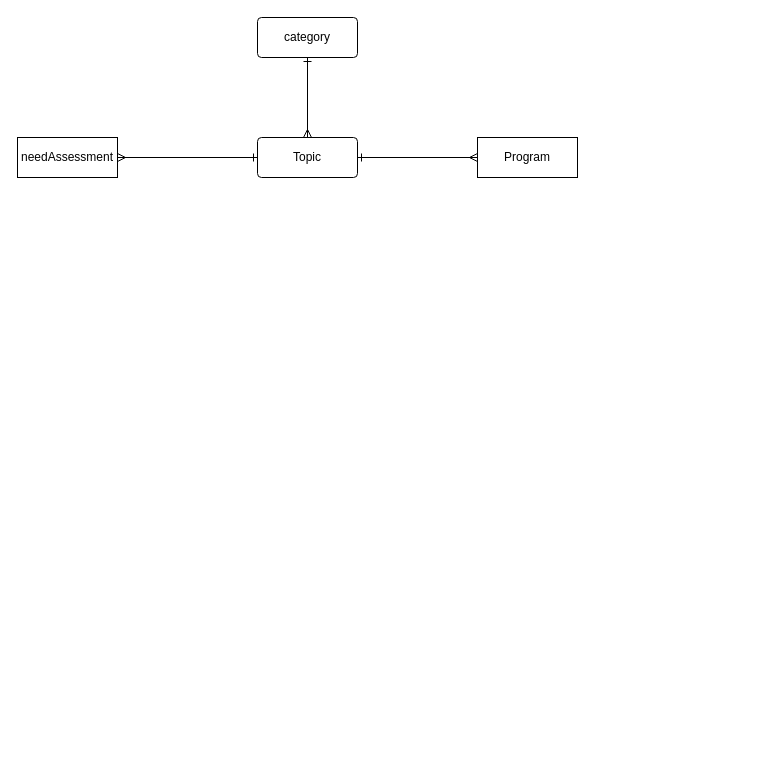
SeSartaj/task_aveta keeps this draw.io diagram as programs.drawio. Above is the earlier version. Source tidied: cells renumbered, new cells numbered last; positions are measured from the earlier drawing's top-left corner, leaving out a move shared by most shapes. Both pictures are drawn from the tidied source at 100%, with x=0, y=0 at pixel (17, 17).
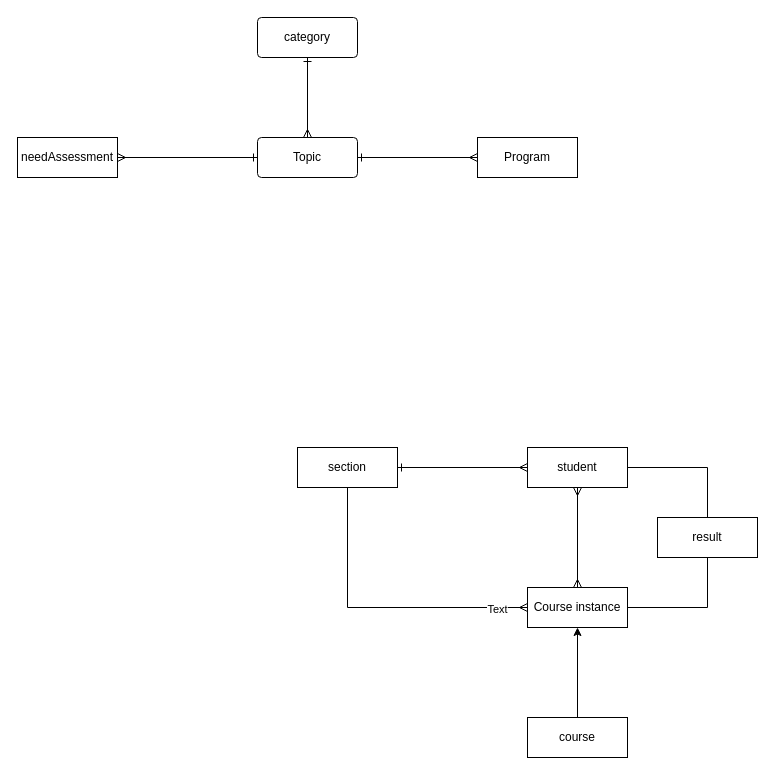
Above is the later version.

Change to the diagram source:
```diff
@@
+    <mxCell id="9" value="section" style="whiteSpace=wrap;html=1;align=center;" parent="1" vertex="1">
+      <mxGeometry x="280" y="430" width="100" height="40" as="geometry" />
+    </mxCell>
+    <mxCell id="10" value="result" style="whiteSpace=wrap;html=1;align=center;" parent="1" vertex="1">
+      <mxGeometry x="640" y="500" width="100" height="40" as="geometry" />
+    </mxCell>
+    <mxCell id="11" value="Course instance" style="whiteSpace=wrap;html=1;align=center;" parent="1" vertex="1">
+      <mxGeometry x="510" y="570" width="100" height="40" as="geometry" />
+    </mxCell>
+    <mxCell id="12" style="edgeStyle=orthogonalEdgeStyle;rounded=0;jettySize=auto;html=1;endArrow=ERone;endFill=0;startArrow=ERmany;startFill=0;" parent="1" edge="1" source="14" target="9">
+      <mxGeometry relative="1" as="geometry" />
+    </mxCell>
+    <mxCell id="13" style="edgeStyle=orthogonalEdgeStyle;rounded=0;jettySize=auto;html=1;endArrow=ERmany;endFill=0;startArrow=ERmany;startFill=0;" parent="1" edge="1" source="14" target="11">
+      <mxGeometry relative="1" as="geometry" />
+    </mxCell>
+    <mxCell id="14" value="student" style="whiteSpace=wrap;html=1;align=center;" parent="1" vertex="1">
+      <mxGeometry x="510" y="430" width="100" height="40" as="geometry" />
+    </mxCell>
+    <mxCell id="15" style="endArrow=ERmany;html=1;rounded=0;entryX=0;entryY=0.5;entryDx=0;entryDy=0;exitX=0.5;exitY=1;exitDx=0;exitDy=0;edgeStyle=orthogonalEdgeStyle;endFill=0;" parent="1" edge="1" source="9" target="11">
+      <mxGeometry relative="1" as="geometry" />
+    </mxCell>
+    <mxCell id="16" style="html=1;whiteSpace=wrap;align=right;verticalAlign=bottom;" parent="15" vertex="1">
+      <mxGeometry x="1" relative="1" as="geometry" />
+    </mxCell>
+    <mxCell id="17" value="Text" style="edgeLabel;html=1;align=center;verticalAlign=middle;" parent="15" vertex="1">
+      <mxGeometry x="0.79" y="-1" relative="1" as="geometry" />
+    </mxCell>
+    <mxCell id="18" style="endArrow=none;html=1;rounded=0;entryX=1;entryY=0.5;entryDx=0;entryDy=0;exitX=0.5;exitY=0;exitDx=0;exitDy=0;edgeStyle=orthogonalEdgeStyle;" parent="1" edge="1" source="10" target="14">
+      <mxGeometry relative="1" as="geometry" />
+    </mxCell>
+    <mxCell id="19" style="endArrow=none;html=1;rounded=0;entryX=1;entryY=0.5;entryDx=0;entryDy=0;exitX=0.5;exitY=1;exitDx=0;exitDy=0;edgeStyle=orthogonalEdgeStyle;" parent="1" edge="1" source="10" target="11">
+      <mxGeometry relative="1" as="geometry" />
+    </mxCell>
+    <mxCell id="20" style="edgeStyle=orthogonalEdgeStyle;rounded=0;jettySize=auto;html=1;" parent="1" edge="1" source="21" target="11">
+      <mxGeometry relative="1" as="geometry" />
+    </mxCell>
+    <mxCell id="21" value="course" style="whiteSpace=wrap;html=1;align=center;" parent="1" vertex="1">
+      <mxGeometry x="510" y="700" width="100" height="40" as="geometry" />
+    </mxCell>
```
